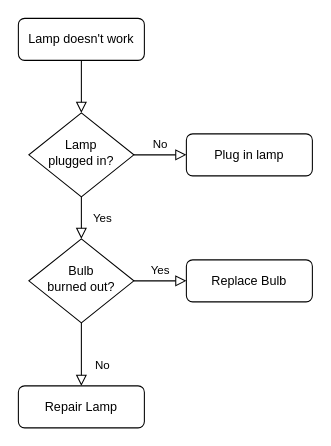
wltnthss/oop_java keeps this draw.io diagram as Bakara/제목 없는 다이어그램.drawio. Above is the earlier version. Source tidied: cells renumbered, new cells numbered last; positions are measured from the earlier drawing's top-left corner, leaving out a move shared by most shapes. Both pictures are drawn from the tidied source at 105%, with x=0, y=0 at pixel (18, 18).
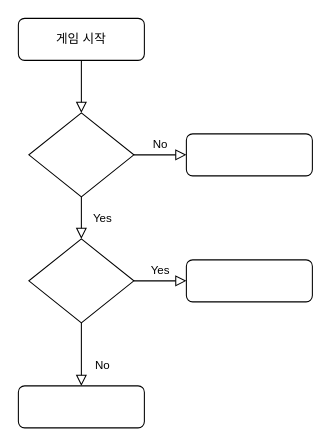
The same diagram, later.

Commit message:
게임 순서도

Change to the diagram source:
```diff
@@
 <mxGraphModel>
   <root>
     <mxCell id="0" />
     <mxCell id="1" parent="0" />
     <mxCell id="2" style="rounded=0;html=1;jettySize=auto;fontSize=11;endArrow=block;endFill=0;endSize=8;strokeWidth=1;shadow=0;labelBackgroundColor=none;edgeStyle=orthogonalEdgeStyle;" parent="1" edge="1" source="3" target="6">
       <mxGeometry relative="1" as="geometry" />
     </mxCell>
-    <mxCell id="3" value="Lamp doesn't work" style="rounded=1;whiteSpace=wrap;html=1;fontSize=12;glass=0;strokeWidth=1;shadow=0;" parent="1" vertex="1">
+    <mxCell id="3" value="게임 시작" style="rounded=1;whiteSpace=wrap;html=1;fontSize=12;glass=0;strokeWidth=1;shadow=0;" parent="1" vertex="1">
       <mxGeometry width="120" height="40" as="geometry" />
     </mxCell>
     <mxCell id="4" value="Yes" style="rounded=0;html=1;jettySize=auto;fontSize=11;endArrow=block;endFill=0;endSize=8;strokeWidth=1;shadow=0;labelBackgroundColor=none;edgeStyle=orthogonalEdgeStyle;" parent="1" edge="1" source="6" target="10">
       <mxGeometry y="20" relative="1" as="geometry" />
     </mxCell>
     <mxCell id="5" value="No" style="edgeStyle=orthogonalEdgeStyle;rounded=0;html=1;jettySize=auto;fontSize=11;endArrow=block;endFill=0;endSize=8;strokeWidth=1;shadow=0;labelBackgroundColor=none;" parent="1" edge="1" source="6" target="7">
       <mxGeometry y="10" relative="1" as="geometry" />
     </mxCell>
-    <mxCell id="6" value="Lamp&lt;br&gt;plugged in?" style="rhombus;whiteSpace=wrap;html=1;shadow=0;fontFamily=Helvetica;fontSize=12;align=center;strokeWidth=1;spacing=6;spacingTop=-4;" parent="1" vertex="1">
+    <mxCell id="6" style="rhombus;whiteSpace=wrap;html=1;shadow=0;fontFamily=Helvetica;fontSize=12;align=center;strokeWidth=1;spacing=6;spacingTop=-4;" parent="1" vertex="1">
       <mxGeometry x="10" y="90" width="100" height="80" as="geometry" />
     </mxCell>
-    <mxCell id="7" value="Plug in lamp" style="rounded=1;whiteSpace=wrap;html=1;fontSize=12;glass=0;strokeWidth=1;shadow=0;" parent="1" vertex="1">
+    <mxCell id="7" style="rounded=1;whiteSpace=wrap;html=1;fontSize=12;glass=0;strokeWidth=1;shadow=0;" parent="1" vertex="1">
       <mxGeometry x="160" y="110" width="120" height="40" as="geometry" />
     </mxCell>
     <mxCell id="8" value="No" style="rounded=0;html=1;jettySize=auto;fontSize=11;endArrow=block;endFill=0;endSize=8;strokeWidth=1;shadow=0;labelBackgroundColor=none;edgeStyle=orthogonalEdgeStyle;" parent="1" edge="1" source="10" target="11">
       <mxGeometry x="0.33" y="20" relative="1" as="geometry" />
     </mxCell>
     <mxCell id="9" value="Yes" style="edgeStyle=orthogonalEdgeStyle;rounded=0;html=1;jettySize=auto;fontSize=11;endArrow=block;endFill=0;endSize=8;strokeWidth=1;shadow=0;labelBackgroundColor=none;" parent="1" edge="1" source="10" target="12">
       <mxGeometry y="10" relative="1" as="geometry" />
     </mxCell>
-    <mxCell id="10" value="Bulb&lt;br&gt;burned out?" style="rhombus;whiteSpace=wrap;html=1;shadow=0;fontFamily=Helvetica;fontSize=12;align=center;strokeWidth=1;spacing=6;spacingTop=-4;" parent="1" vertex="1">
+    <mxCell id="10" style="rhombus;whiteSpace=wrap;html=1;shadow=0;fontFamily=Helvetica;fontSize=12;align=center;strokeWidth=1;spacing=6;spacingTop=-4;" parent="1" vertex="1">
       <mxGeometry x="10" y="210" width="100" height="80" as="geometry" />
     </mxCell>
-    <mxCell id="11" value="Repair Lamp" style="rounded=1;whiteSpace=wrap;html=1;fontSize=12;glass=0;strokeWidth=1;shadow=0;" parent="1" vertex="1">
+    <mxCell id="11" style="rounded=1;whiteSpace=wrap;html=1;fontSize=12;glass=0;strokeWidth=1;shadow=0;" parent="1" vertex="1">
       <mxGeometry y="350" width="120" height="40" as="geometry" />
     </mxCell>
-    <mxCell id="12" value="Replace Bulb" style="rounded=1;whiteSpace=wrap;html=1;fontSize=12;glass=0;strokeWidth=1;shadow=0;" parent="1" vertex="1">
+    <mxCell id="12" style="rounded=1;whiteSpace=wrap;html=1;fontSize=12;glass=0;strokeWidth=1;shadow=0;" parent="1" vertex="1">
       <mxGeometry x="160" y="230" width="120" height="40" as="geometry" />
     </mxCell>
   </root>
 </mxGraphModel>
```
